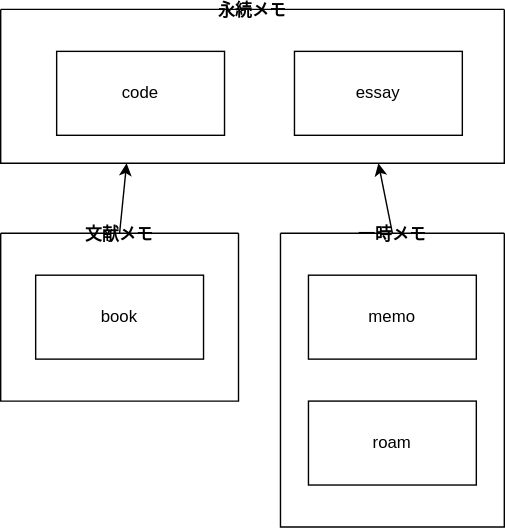
Earlier version of the draw.io export images/20231015-denote.drawio.svg (kijimaD/roam). Source tidied: cells renumbered, new cells last; positions are measured from the earlier drawing's top-left corner, leaving out a move shared by most shapes. Source of this version:
```xml
<mxGraphModel>
  <root>
    <mxCell id="0" />
    <mxCell id="1" parent="0" />
    <mxCell id="2" value="永続メモ" style="swimlane;startSize=0;" parent="1" vertex="1">
      <mxGeometry width="360" height="110" as="geometry" />
    </mxCell>
    <mxCell id="3" value="essay" style="whiteSpace=wrap;html=1;" parent="2" vertex="1">
      <mxGeometry x="210" y="30" width="120" height="60" as="geometry" />
    </mxCell>
    <mxCell id="4" value="code" style="whiteSpace=wrap;html=1;" parent="2" vertex="1">
      <mxGeometry x="40" y="30" width="120" height="60" as="geometry" />
    </mxCell>
    <mxCell id="5" style="edgeStyle=none;html=1;entryX=0.25;entryY=1;entryDx=0;entryDy=0;exitX=0.5;exitY=0;exitDx=0;exitDy=0;" parent="1" edge="1" source="6" target="2">
      <mxGeometry relative="1" as="geometry" />
    </mxCell>
    <mxCell id="6" value="文献メモ" style="swimlane;startSize=0;" parent="1" vertex="1">
      <mxGeometry y="160" width="170" height="120" as="geometry" />
    </mxCell>
    <mxCell id="7" value="book" style="whiteSpace=wrap;html=1;" parent="6" vertex="1">
      <mxGeometry x="25" y="30" width="120" height="60" as="geometry" />
    </mxCell>
    <mxCell id="8" style="edgeStyle=none;html=1;entryX=0.75;entryY=1;entryDx=0;entryDy=0;exitX=0.5;exitY=0;exitDx=0;exitDy=0;" parent="1" edge="1" source="9" target="2">
      <mxGeometry relative="1" as="geometry" />
    </mxCell>
    <mxCell id="9" value="一時メモ" style="swimlane;startSize=0;" parent="1" vertex="1">
      <mxGeometry x="200" y="160" width="160" height="210" as="geometry" />
    </mxCell>
    <mxCell id="10" value="memo" style="whiteSpace=wrap;html=1;" parent="9" vertex="1">
      <mxGeometry x="20" y="30" width="120" height="60" as="geometry" />
    </mxCell>
    <mxCell id="11" value="roam" style="whiteSpace=wrap;html=1;" parent="9" vertex="1">
      <mxGeometry x="20" y="120" width="120" height="60" as="geometry" />
    </mxCell>
  </root>
</mxGraphModel>
```
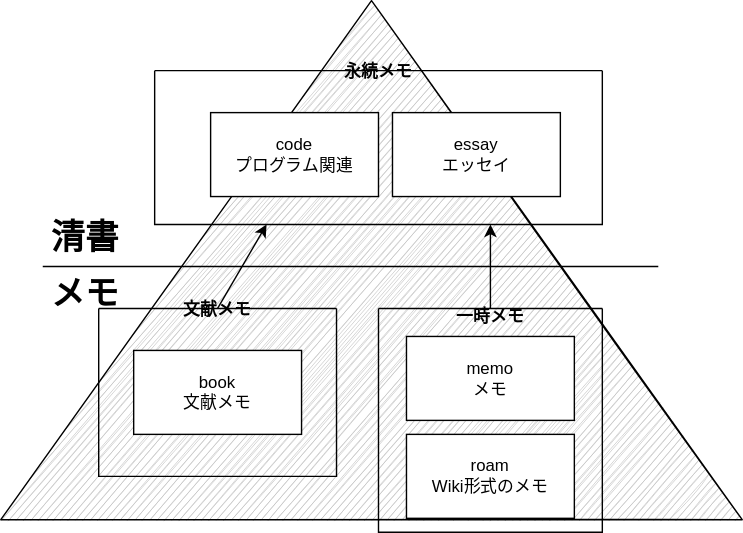
After the change.

Change to the diagram source:
```diff
@@ -2,13 +2,16 @@
   <root>
     <mxCell id="0" />
     <mxCell id="1" parent="0" />
+    <mxCell id="12" style="verticalLabelPosition=bottom;verticalAlign=top;html=1;shape=mxgraph.basic.acute_triangle;dx=0.5;sketch=1;fillColor=#C4C4C4;" parent="1" vertex="1">
+      <mxGeometry x="-70" y="-60" width="530" height="371" as="geometry" />
+    </mxCell>
     <mxCell id="2" value="永続メモ" style="swimlane;startSize=0;" parent="1" vertex="1">
-      <mxGeometry width="360" height="110" as="geometry" />
+      <mxGeometry x="40" y="-10" width="320" height="110" as="geometry" />
     </mxCell>
-    <mxCell id="3" value="essay" style="whiteSpace=wrap;html=1;" parent="2" vertex="1">
-      <mxGeometry x="210" y="30" width="120" height="60" as="geometry" />
+    <mxCell id="3" value="essay&lt;br&gt;エッセイ" style="whiteSpace=wrap;html=1;" parent="2" vertex="1">
+      <mxGeometry x="170" y="30" width="120" height="60" as="geometry" />
     </mxCell>
-    <mxCell id="4" value="code" style="whiteSpace=wrap;html=1;" parent="2" vertex="1">
+    <mxCell id="4" value="code&lt;br&gt;プログラム関連" style="whiteSpace=wrap;html=1;" parent="2" vertex="1">
       <mxGeometry x="40" y="30" width="120" height="60" as="geometry" />
     </mxCell>
     <mxCell id="5" style="edgeStyle=none;html=1;entryX=0.25;entryY=1;entryDx=0;entryDy=0;exitX=0.5;exitY=0;exitDx=0;exitDy=0;" parent="1" edge="1" source="6" target="2">
@@ -17,20 +20,32 @@
     <mxCell id="6" value="文献メモ" style="swimlane;startSize=0;" parent="1" vertex="1">
       <mxGeometry y="160" width="170" height="120" as="geometry" />
     </mxCell>
-    <mxCell id="7" value="book" style="whiteSpace=wrap;html=1;" parent="6" vertex="1">
+    <mxCell id="7" value="book&lt;br&gt;文献メモ" style="whiteSpace=wrap;html=1;" parent="6" vertex="1">
       <mxGeometry x="25" y="30" width="120" height="60" as="geometry" />
     </mxCell>
     <mxCell id="8" style="edgeStyle=none;html=1;entryX=0.75;entryY=1;entryDx=0;entryDy=0;exitX=0.5;exitY=0;exitDx=0;exitDy=0;" parent="1" edge="1" source="9" target="2">
       <mxGeometry relative="1" as="geometry" />
     </mxCell>
-    <mxCell id="9" value="一時メモ" style="swimlane;startSize=0;" parent="1" vertex="1">
-      <mxGeometry x="200" y="160" width="160" height="210" as="geometry" />
+    <mxCell id="9" value="一時メモ" style="swimlane;startSize=0;spacingTop=10;" parent="1" vertex="1">
+      <mxGeometry x="200" y="160" width="160" height="160" as="geometry" />
     </mxCell>
-    <mxCell id="10" value="memo" style="whiteSpace=wrap;html=1;" parent="9" vertex="1">
-      <mxGeometry x="20" y="30" width="120" height="60" as="geometry" />
+    <mxCell id="10" value="memo&lt;br&gt;メモ" style="whiteSpace=wrap;html=1;" parent="9" vertex="1">
+      <mxGeometry x="20" y="20" width="120" height="60" as="geometry" />
     </mxCell>
-    <mxCell id="11" value="roam" style="whiteSpace=wrap;html=1;" parent="9" vertex="1">
-      <mxGeometry x="20" y="120" width="120" height="60" as="geometry" />
+    <mxCell id="11" value="roam&lt;br&gt;Wiki形式のメモ" style="whiteSpace=wrap;html=1;" parent="9" vertex="1">
+      <mxGeometry x="20" y="90" width="120" height="60" as="geometry" />
     </mxCell>
+    <mxCell id="13" style="endArrow=none;html=1;" parent="1" edge="1">
+      <mxGeometry relative="1" as="geometry">
+        <mxPoint x="-40" y="130" as="sourcePoint" />
+        <mxPoint x="400" y="130" as="targetPoint" />
+      </mxGeometry>
+    </mxCell>
+    <mxCell id="14" value="清書" style="text;strokeColor=none;fillColor=none;html=1;fontSize=24;fontStyle=1;verticalAlign=middle;align=center;sketch=1;" parent="1" vertex="1">
+      <mxGeometry x="-60" y="90" width="100" height="40" as="geometry" />
+    </mxCell>
+    <mxCell id="15" value="メモ" style="text;strokeColor=none;fillColor=none;html=1;fontSize=24;fontStyle=1;verticalAlign=middle;align=center;sketch=1;" parent="1" vertex="1">
+      <mxGeometry x="-60" y="130" width="100" height="40" as="geometry" />
+    </mxCell>
   </root>
 </mxGraphModel>
```
